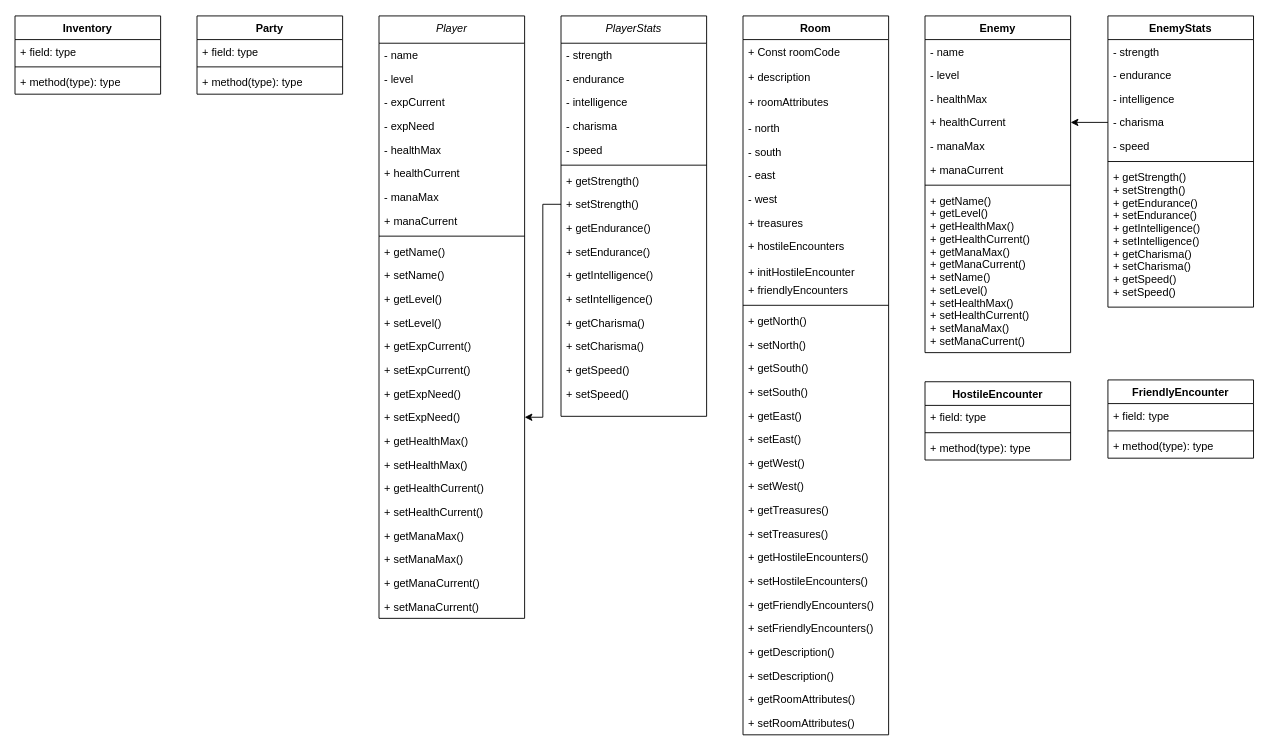
Before: UML.drawio in chris-ac-malone/the-crucible-skull, a draw.io diagram. Source tidied: cells renumbered, new cells numbered last; positions are measured from the earlier drawing's top-left corner, leaving out a move shared by most shapes. Both pictures are drawn from the tidied source at 91%, with x=0, y=0 at pixel (15, 15).
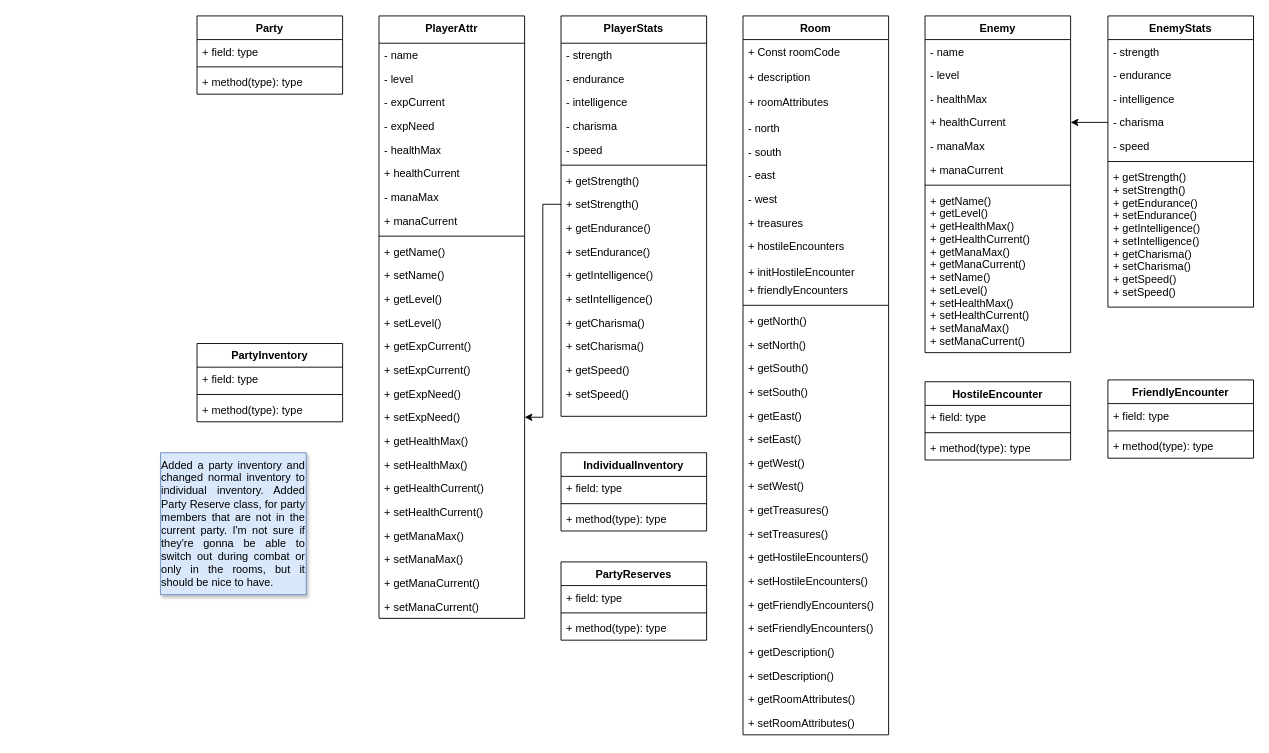
The same page after the edit.

Commit message:
Added party inventory, changed inventory to individual inventory, added party reserves

Change to the diagram source:
```diff
@@
-    <mxCell id="49" value="PlayerStats" style="swimlane;fontStyle=2;align=center;verticalAlign=top;horizontal=1;startSize=30;rounded=0;shadow=0;strokeWidth=1;" parent="1" vertex="1">
+    <mxCell id="49" value="PlayerStats" style="swimlane;fontStyle=1;align=center;verticalAlign=top;horizontal=1;startSize=30;rounded=0;shadow=0;strokeWidth=1;" parent="1" vertex="1">
       <mxGeometry x="600" width="160" height="440" as="geometry" />
     </mxCell>
@@
-    <mxCell id="66" value="Player" style="swimlane;fontStyle=2;align=center;verticalAlign=top;horizontal=1;startSize=30;rounded=0;shadow=0;strokeWidth=1;" parent="1" vertex="1">
+    <mxCell id="66" value="PlayerAttr" style="swimlane;fontStyle=1;align=center;verticalAlign=top;horizontal=1;startSize=30;rounded=0;shadow=0;strokeWidth=1;" parent="1" vertex="1">
       <mxGeometry x="400" width="160" height="662" as="geometry" />
     </mxCell>
@@
+    <mxCell id="104" value="IndividualInventory" style="swimlane;fontStyle=1;align=center;verticalAlign=top;horizontal=1;startSize=26;" parent="1" vertex="1">
+      <mxGeometry x="600" y="480" width="160" height="86" as="geometry" />
+    </mxCell>
+    <mxCell id="105" value="+ field: type" style="text;strokeColor=none;fillColor=none;align=left;verticalAlign=top;spacingLeft=4;spacingRight=4;overflow=hidden;" parent="104" vertex="1">
+      <mxGeometry y="26" width="160" height="26" as="geometry" />
+    </mxCell>
+    <mxCell id="106" style="line;strokeWidth=1;fillColor=none;align=left;verticalAlign=middle;spacingTop=-1;spacingLeft=3;spacingRight=3;labelPosition=right;" parent="104" vertex="1">
+      <mxGeometry y="52" width="160" height="8" as="geometry" />
+    </mxCell>
+    <mxCell id="107" value="+ method(type): type" style="text;strokeColor=none;fillColor=none;align=left;verticalAlign=top;spacingLeft=4;spacingRight=4;overflow=hidden;" parent="104" vertex="1">
+      <mxGeometry y="60" width="160" height="26" as="geometry" />
+    </mxCell>
+    <mxCell id="108" value="PartyInventory" style="swimlane;fontStyle=1;align=center;verticalAlign=top;horizontal=1;startSize=26;" parent="1" vertex="1">
+      <mxGeometry x="200" y="360" width="160" height="86" as="geometry" />
+    </mxCell>
+    <mxCell id="109" value="+ field: type" style="text;strokeColor=none;fillColor=none;align=left;verticalAlign=top;spacingLeft=4;spacingRight=4;overflow=hidden;" parent="108" vertex="1">
+      <mxGeometry y="26" width="160" height="26" as="geometry" />
+    </mxCell>
+    <mxCell id="110" style="line;strokeWidth=1;fillColor=none;align=left;verticalAlign=middle;spacingTop=-1;spacingLeft=3;spacingRight=3;labelPosition=right;" parent="108" vertex="1">
+      <mxGeometry y="52" width="160" height="8" as="geometry" />
+    </mxCell>
+    <mxCell id="111" value="+ method(type): type" style="text;strokeColor=none;fillColor=none;align=left;verticalAlign=top;spacingLeft=4;spacingRight=4;overflow=hidden;" parent="108" vertex="1">
+      <mxGeometry y="60" width="160" height="26" as="geometry" />
+    </mxCell>
+    <mxCell id="112" value="PartyReserves" style="swimlane;fontStyle=1;align=center;verticalAlign=top;horizontal=1;startSize=26;" parent="1" vertex="1">
+      <mxGeometry x="600" y="600" width="160" height="86" as="geometry" />
+    </mxCell>
+    <mxCell id="113" value="+ field: type" style="text;strokeColor=none;fillColor=none;align=left;verticalAlign=top;spacingLeft=4;spacingRight=4;overflow=hidden;" parent="112" vertex="1">
+      <mxGeometry y="26" width="160" height="26" as="geometry" />
+    </mxCell>
+    <mxCell id="114" style="line;strokeWidth=1;fillColor=none;align=left;verticalAlign=middle;spacingTop=-1;spacingLeft=3;spacingRight=3;labelPosition=right;" parent="112" vertex="1">
+      <mxGeometry y="52" width="160" height="8" as="geometry" />
+    </mxCell>
+    <mxCell id="115" value="+ method(type): type" style="text;strokeColor=none;fillColor=none;align=left;verticalAlign=top;spacingLeft=4;spacingRight=4;overflow=hidden;" parent="112" vertex="1">
+      <mxGeometry y="60" width="160" height="26" as="geometry" />
+    </mxCell>
+    <mxCell id="116" value="&lt;div style=&quot;text-align: justify&quot;&gt;&lt;span&gt;Added a party inventory and changed normal inventory to individual inventory. Added Party Reserve class, for party members that are not in the current party. I'm not sure if they're gonna be able to switch out during combat or only in the rooms, but it should be nice to have.&amp;nbsp;&lt;/span&gt;&lt;/div&gt;" style="text;html=1;strokeColor=#6c8ebf;fillColor=#dae8fc;align=center;verticalAlign=middle;whiteSpace=wrap;rounded=0;glass=0;sketch=0;shadow=1;" parent="1" vertex="1">
+      <mxGeometry x="160" y="480" width="160" height="156" as="geometry" />
+    </mxCell>
@@
-    <mxCell id="104" value="Inventory" style="swimlane;fontStyle=1;align=center;verticalAlign=top;horizontal=1;startSize=26;" parent="1" vertex="1">
-      <mxGeometry width="160" height="86" as="geometry" />
-    </mxCell>
-    <mxCell id="105" value="+ field: type" style="text;strokeColor=none;fillColor=none;align=left;verticalAlign=top;spacingLeft=4;spacingRight=4;overflow=hidden;" parent="104" vertex="1">
-      <mxGeometry y="26" width="160" height="26" as="geometry" />
-    </mxCell>
-    <mxCell id="106" style="line;strokeWidth=1;fillColor=none;align=left;verticalAlign=middle;spacingTop=-1;spacingLeft=3;spacingRight=3;labelPosition=right;" parent="104" vertex="1">
-      <mxGeometry y="52" width="160" height="8" as="geometry" />
-    </mxCell>
-    <mxCell id="107" value="+ method(type): type" style="text;strokeColor=none;fillColor=none;align=left;verticalAlign=top;spacingLeft=4;spacingRight=4;overflow=hidden;" parent="104" vertex="1">
-      <mxGeometry y="60" width="160" height="26" as="geometry" />
-    </mxCell>
```
